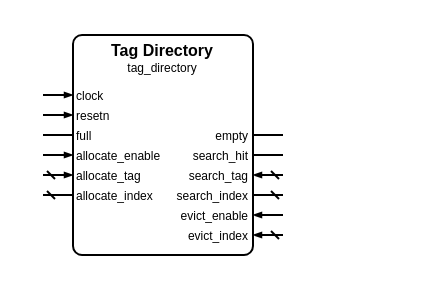
This is sources/memory/tag_directory/tag_directory.symbol.drawio from Louis-DR/OmniCores-BuildingBlocks, a draw.io file, before an edit. Source tidied: cells renumbered, new cells numbered last; positions are measured from the earlier drawing's top-left corner, leaving out a move shared by most shapes. Both pictures are drawn from the tidied source at 200%, with x=0, y=0 at pixel (42, 34).
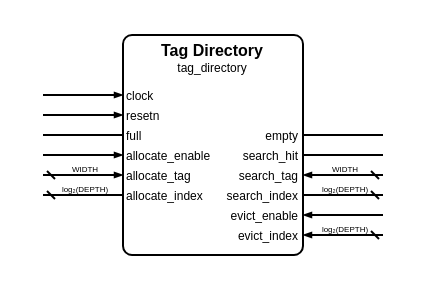
The same diagram, later.

What changed in the source:
```diff
@@
     <mxCell id="2" style="group;" parent="1" vertex="1">
-      <mxGeometry width="120" height="110" as="geometry" />
+      <mxGeometry width="170" height="110" as="geometry" />
     </mxCell>
     <mxCell id="3" style="rounded=1;arcSize=5;fillColor=none;strokeWidth=1;strokeColor=black;whiteSpace=wrap;html=1;" parent="2" vertex="1">
-      <mxGeometry x="15" width="90" height="110" as="geometry" />
+      <mxGeometry x="40" width="90" height="110" as="geometry" />
     </mxCell>
     <mxCell id="4" value="Tag Directory" style="text;html=1;align=center;verticalAlign=middle;whiteSpace=wrap;rounded=0;fontSize=8;fontStyle=1;fontColor=black;" parent="2" vertex="1">
-      <mxGeometry x="15" y="7" width="90" as="geometry" />
+      <mxGeometry x="40" y="7" width="90" as="geometry" />
     </mxCell>
     <mxCell id="5" value="tag_directory" style="text;html=1;align=center;verticalAlign=middle;whiteSpace=wrap;rounded=0;fontSize=6;fontStyle=0;fontColor=black;" parent="2" vertex="1">
-      <mxGeometry x="15" y="16" width="90" as="geometry" />
+      <mxGeometry x="40" y="16" width="90" as="geometry" />
     </mxCell>
     <mxCell id="6" value="clock" style="text;html=1;align=left;verticalAlign=middle;whiteSpace=wrap;rounded=0;fontSize=6;fontStyle=0;fontColor=black;" parent="2" vertex="1">
-      <mxGeometry x="15" y="30" width="90" as="geometry" />
+      <mxGeometry x="40" y="30" width="90" as="geometry" />
     </mxCell>
     <mxCell id="7" style="html=1;rounded=1;strokeWidth=1;strokeColor=black;startFill=0;startSize=2;startArrow=none;endFill=1;endSize=2;endArrow=blockThin;sourcePerimeterSpacing=0;" parent="2" edge="1">
       <mxGeometry relative="1" as="geometry">
         <mxPoint y="30" as="sourcePoint" />
-        <mxPoint x="15" y="30" as="targetPoint" />
+        <mxPoint x="40" y="30" as="targetPoint" />
       </mxGeometry>
     </mxCell>
     <mxCell id="8" value="resetn" style="text;html=1;align=left;verticalAlign=middle;whiteSpace=wrap;rounded=0;fontSize=6;fontStyle=0;fontColor=black;" parent="2" vertex="1">
-      <mxGeometry x="15" y="40" width="90" as="geometry" />
+      <mxGeometry x="40" y="40" width="90" as="geometry" />
     </mxCell>
     <mxCell id="9" style="html=1;rounded=1;strokeWidth=1;strokeColor=black;startFill=0;startSize=2;startArrow=none;endFill=1;endSize=2;endArrow=blockThin;sourcePerimeterSpacing=0;" parent="2" edge="1">
       <mxGeometry relative="1" as="geometry">
         <mxPoint y="40" as="sourcePoint" />
-        <mxPoint x="15" y="40" as="targetPoint" />
+        <mxPoint x="40" y="40" as="targetPoint" />
       </mxGeometry>
     </mxCell>
     <mxCell id="10" value="full" style="text;html=1;align=left;verticalAlign=middle;whiteSpace=wrap;rounded=0;fontSize=6;fontStyle=0;fontColor=black;" parent="2" vertex="1">
-      <mxGeometry x="15" y="50" width="90" as="geometry" />
+      <mxGeometry x="40" y="50" width="90" as="geometry" />
     </mxCell>
     <mxCell id="11" style="html=1;rounded=1;strokeWidth=1;strokeColor=black;startFill=0;startSize=2;startArrow=none;endFill=1;endSize=2;endArrow=none;sourcePerimeterSpacing=0;" parent="2" edge="1">
       <mxGeometry relative="1" as="geometry">
         <mxPoint y="50" as="sourcePoint" />
-        <mxPoint x="15" y="50" as="targetPoint" />
+        <mxPoint x="40" y="50" as="targetPoint" />
       </mxGeometry>
     </mxCell>
     <mxCell id="12" value="empty" style="text;html=1;align=right;verticalAlign=middle;whiteSpace=wrap;rounded=0;fontSize=6;fontStyle=0;fontColor=black;" parent="2" vertex="1">
-      <mxGeometry x="15" y="50" width="90" as="geometry" />
+      <mxGeometry x="40" y="50" width="90" as="geometry" />
     </mxCell>
     <mxCell id="13" style="html=1;rounded=1;strokeWidth=1;strokeColor=black;startFill=0;startSize=2;startArrow=none;endFill=1;endSize=2;endArrow=none;sourcePerimeterSpacing=0;" parent="2" edge="1">
       <mxGeometry relative="1" as="geometry">
-        <mxPoint x="120" y="50" as="sourcePoint" />
-        <mxPoint x="105" y="50" as="targetPoint" />
+        <mxPoint x="170" y="50" as="sourcePoint" />
+        <mxPoint x="130" y="50" as="targetPoint" />
       </mxGeometry>
     </mxCell>
     <mxCell id="14" value="allocate_enable" style="text;html=1;align=left;verticalAlign=middle;whiteSpace=wrap;rounded=0;fontSize=6;fontStyle=0;fontColor=black;" parent="2" vertex="1">
-      <mxGeometry x="15" y="60" width="90" as="geometry" />
+      <mxGeometry x="40" y="60" width="90" as="geometry" />
     </mxCell>
     <mxCell id="15" style="html=1;rounded=1;strokeWidth=1;strokeColor=black;startFill=0;startSize=2;startArrow=none;endFill=1;endSize=2;endArrow=blockThin;sourcePerimeterSpacing=0;" parent="2" edge="1">
       <mxGeometry relative="1" as="geometry">
         <mxPoint y="60" as="sourcePoint" />
-        <mxPoint x="15" y="60" as="targetPoint" />
+        <mxPoint x="40" y="60" as="targetPoint" />
       </mxGeometry>
     </mxCell>
     <mxCell id="16" value="search_hit" style="text;html=1;align=right;verticalAlign=middle;whiteSpace=wrap;rounded=0;fontSize=6;fontStyle=0;fontColor=black;" parent="2" vertex="1">
-      <mxGeometry x="15" y="60" width="90" as="geometry" />
+      <mxGeometry x="40" y="60" width="90" as="geometry" />
     </mxCell>
     <mxCell id="17" style="html=1;rounded=1;strokeWidth=1;strokeColor=black;startFill=0;startSize=2;startArrow=none;endFill=1;endSize=2;endArrow=none;sourcePerimeterSpacing=0;" parent="2" edge="1">
       <mxGeometry relative="1" as="geometry">
-        <mxPoint x="120" y="60" as="sourcePoint" />
-        <mxPoint x="105" y="60" as="targetPoint" />
+        <mxPoint x="170" y="60" as="sourcePoint" />
+        <mxPoint x="130" y="60" as="targetPoint" />
       </mxGeometry>
     </mxCell>
     <mxCell id="18" value="allocate_tag" style="text;html=1;align=left;verticalAlign=middle;whiteSpace=wrap;rounded=0;fontSize=6;fontStyle=0;fontColor=black;" parent="2" vertex="1">
-      <mxGeometry x="15" y="70" width="90" as="geometry" />
+      <mxGeometry x="40" y="70" width="90" as="geometry" />
     </mxCell>
     <mxCell id="19" style="html=1;rounded=1;strokeWidth=1;strokeColor=black;startFill=0;startSize=2;startArrow=dash;endFill=1;endSize=2;endArrow=blockThin;sourcePerimeterSpacing=0;" parent="2" edge="1">
       <mxGeometry relative="1" as="geometry">
         <mxPoint y="70" as="sourcePoint" />
-        <mxPoint x="15" y="70" as="targetPoint" />
+        <mxPoint x="40" y="70" as="targetPoint" />
       </mxGeometry>
     </mxCell>
+    <mxCell id="30" value="WIDTH" style="text;html=1;align=center;verticalAlign=middle;whiteSpace=nowrap;rounded=0;fontSize=4;fontStyle=0;fontColor=black;" parent="2" vertex="1">
+      <mxGeometry x="20" y="67" as="geometry" />
+    </mxCell>
     <mxCell id="20" value="search_tag" style="text;html=1;align=right;verticalAlign=middle;whiteSpace=wrap;rounded=0;fontSize=6;fontStyle=0;fontColor=black;" parent="2" vertex="1">
-      <mxGeometry x="15" y="70" width="90" as="geometry" />
+      <mxGeometry x="40" y="70" width="90" as="geometry" />
     </mxCell>
     <mxCell id="21" style="html=1;rounded=1;strokeWidth=1;strokeColor=black;startFill=0;startSize=2;startArrow=dash;endFill=1;endSize=2;endArrow=blockThin;sourcePerimeterSpacing=0;" parent="2" edge="1">
       <mxGeometry relative="1" as="geometry">
-        <mxPoint x="120" y="70" as="sourcePoint" />
-        <mxPoint x="105" y="70" as="targetPoint" />
+        <mxPoint x="170" y="70" as="sourcePoint" />
+        <mxPoint x="130" y="70" as="targetPoint" />
       </mxGeometry>
     </mxCell>
+    <mxCell id="31" value="WIDTH" style="text;html=1;align=center;verticalAlign=middle;whiteSpace=nowrap;rounded=0;fontSize=4;fontStyle=0;fontColor=black;" parent="2" vertex="1">
+      <mxGeometry x="150" y="67" as="geometry" />
+    </mxCell>
     <mxCell id="22" value="allocate_index" style="text;html=1;align=left;verticalAlign=middle;whiteSpace=wrap;rounded=0;fontSize=6;fontStyle=0;fontColor=black;" parent="2" vertex="1">
-      <mxGeometry x="15" y="80" width="90" as="geometry" />
+      <mxGeometry x="40" y="80" width="90" as="geometry" />
     </mxCell>
     <mxCell id="23" style="html=1;rounded=1;strokeWidth=1;strokeColor=black;startFill=0;startSize=2;startArrow=dash;endFill=1;endSize=2;endArrow=none;sourcePerimeterSpacing=0;" parent="2" edge="1">
       <mxGeometry relative="1" as="geometry">
         <mxPoint y="80" as="sourcePoint" />
-        <mxPoint x="15" y="80" as="targetPoint" />
+        <mxPoint x="40" y="80" as="targetPoint" />
       </mxGeometry>
     </mxCell>
+    <mxCell id="32" value="log₂(DEPTH)" style="text;html=1;align=center;verticalAlign=middle;whiteSpace=nowrap;rounded=0;fontSize=4;fontStyle=0;fontColor=black;" parent="2" vertex="1">
+      <mxGeometry x="20" y="77" as="geometry" />
+    </mxCell>
     <mxCell id="24" value="search_index" style="text;html=1;align=right;verticalAlign=middle;whiteSpace=wrap;rounded=0;fontSize=6;fontStyle=0;fontColor=black;" parent="2" vertex="1">
-      <mxGeometry x="15" y="80" width="90" as="geometry" />
+      <mxGeometry x="40" y="80" width="90" as="geometry" />
     </mxCell>
     <mxCell id="25" style="html=1;rounded=1;strokeWidth=1;strokeColor=black;startFill=0;startSize=2;startArrow=dash;endFill=1;endSize=2;endArrow=none;sourcePerimeterSpacing=0;" parent="2" edge="1">
       <mxGeometry relative="1" as="geometry">
-        <mxPoint x="120" y="80" as="sourcePoint" />
-        <mxPoint x="105" y="80" as="targetPoint" />
+        <mxPoint x="170" y="80" as="sourcePoint" />
+        <mxPoint x="130" y="80" as="targetPoint" />
       </mxGeometry>
     </mxCell>
+    <mxCell id="33" value="log₂(DEPTH)" style="text;html=1;align=center;verticalAlign=middle;whiteSpace=nowrap;rounded=0;fontSize=4;fontStyle=0;fontColor=black;" parent="2" vertex="1">
+      <mxGeometry x="150" y="77" as="geometry" />
+    </mxCell>
     <mxCell id="26" value="evict_enable" style="text;html=1;align=right;verticalAlign=middle;whiteSpace=wrap;rounded=0;fontSize=6;fontStyle=0;fontColor=black;" parent="2" vertex="1">
-      <mxGeometry x="15" y="90" width="90" as="geometry" />
+      <mxGeometry x="40" y="90" width="90" as="geometry" />
     </mxCell>
     <mxCell id="27" style="html=1;rounded=1;strokeWidth=1;strokeColor=black;startFill=0;startSize=2;startArrow=none;endFill=1;endSize=2;endArrow=blockThin;sourcePerimeterSpacing=0;" parent="2" edge="1">
       <mxGeometry relative="1" as="geometry">
-        <mxPoint x="120" y="90" as="sourcePoint" />
-        <mxPoint x="105" y="90" as="targetPoint" />
+        <mxPoint x="170" y="90" as="sourcePoint" />
+        <mxPoint x="130" y="90" as="targetPoint" />
       </mxGeometry>
     </mxCell>
     <mxCell id="28" value="evict_index" style="text;html=1;align=right;verticalAlign=middle;whiteSpace=wrap;rounded=0;fontSize=6;fontStyle=0;fontColor=black;" parent="2" vertex="1">
-      <mxGeometry x="15" y="100" width="90" as="geometry" />
+      <mxGeometry x="40" y="100" width="90" as="geometry" />
     </mxCell>
     <mxCell id="29" style="html=1;rounded=1;strokeWidth=1;strokeColor=black;startFill=0;startSize=2;startArrow=dash;endFill=1;endSize=2;endArrow=blockThin;sourcePerimeterSpacing=0;" parent="2" edge="1">
       <mxGeometry relative="1" as="geometry">
-        <mxPoint x="120" y="100" as="sourcePoint" />
-        <mxPoint x="105" y="100" as="targetPoint" />
+        <mxPoint x="170" y="100" as="sourcePoint" />
+        <mxPoint x="130" y="100" as="targetPoint" />
       </mxGeometry>
     </mxCell>
+    <mxCell id="34" value="log₂(DEPTH)" style="text;html=1;align=center;verticalAlign=middle;whiteSpace=nowrap;rounded=0;fontSize=4;fontStyle=0;fontColor=black;" parent="2" vertex="1">
+      <mxGeometry x="150" y="97" as="geometry" />
+    </mxCell>
```
